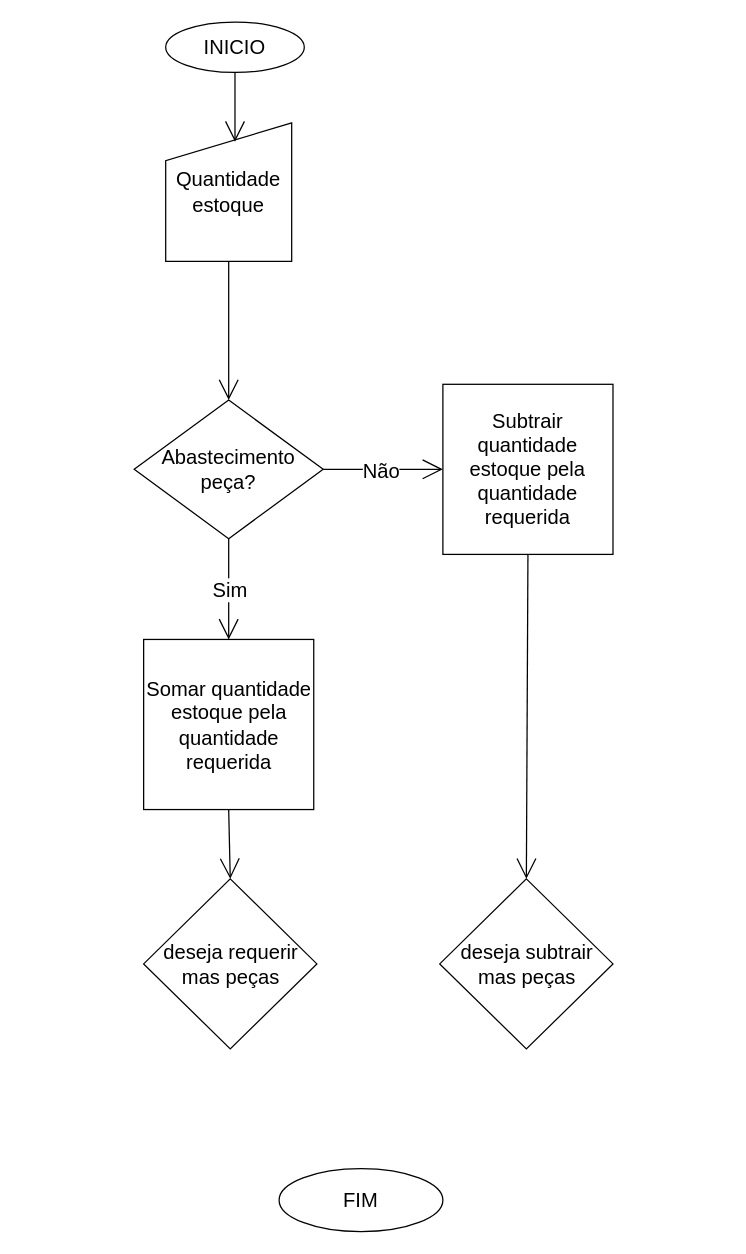
This is Diagrama sem nome.drawio from silvatavares/senai_versoes_git, a draw.io file, before an edit. Source tidied: cells renumbered, new cells numbered last; positions are measured from the earlier drawing's top-left corner, leaving out a move shared by most shapes. Both pictures are drawn from the tidied source at 126%, with x=0, y=0 at pixel (134, 21).
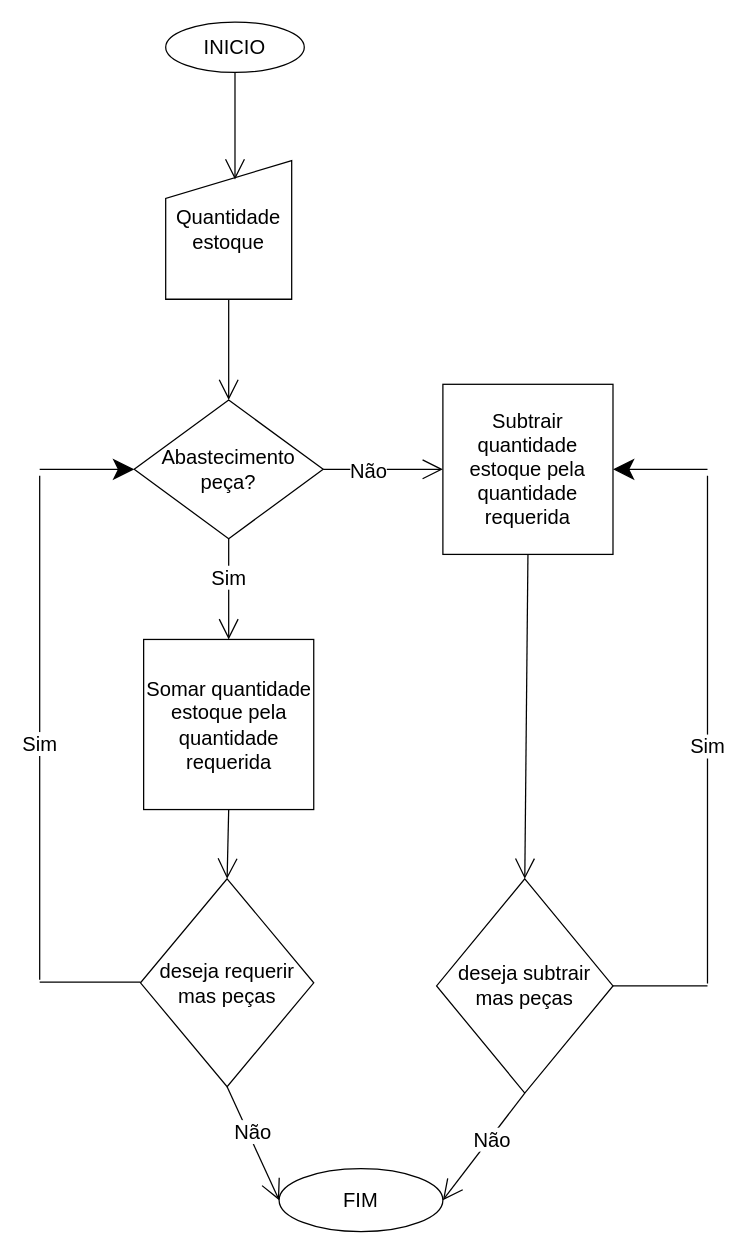
Above is the later version.

Commit message:
Fluxograma de controle de peças.drawio

The change refers to these unchanged cells:
```xml
<mxCell id="3" value="FIM" style="ellipse;whiteSpace=wrap;html=1;fontSize=16;" parent="1" vertex="1">
  <mxGeometry x="115" y="910" width="130" height="50" as="geometry" />
</mxCell>
<mxCell id="6" style="edgeStyle=none;curved=1;rounded=0;jettySize=auto;html=1;exitX=0.5;exitY=1;exitDx=0;exitDy=0;entryX=0.5;entryY=0;entryDx=0;entryDy=0;fontSize=12;endArrow=open;startSize=14;endSize=14;sourcePerimeterSpacing=8;targetPerimeterSpacing=8;" parent="1" edge="1" source="8" target="15">
  <mxGeometry relative="1" as="geometry" />
</mxCell>
<mxCell id="8" value="Abastecimento peça?" style="rhombus;whiteSpace=wrap;html=1;fontSize=16;" parent="1" vertex="1">
  <mxGeometry y="300" width="150" height="110" as="geometry" />
</mxCell>
<mxCell id="10" value="Subtrair quantidade estoque pela quantidade requerida" style="whiteSpace=wrap;html=1;fontSize=16;" parent="1" vertex="1">
  <mxGeometry x="245" y="287.5" width="135" height="135" as="geometry" />
</mxCell>
<mxCell id="11" style="edgeStyle=none;jettySize=auto;html=1;rounded=0;fontSize=12;endArrow=open;startSize=14;endSize=14;sourcePerimeterSpacing=8;targetPerimeterSpacing=8;curved=1;exitX=1;exitY=0.5;exitDx=0;exitDy=0;entryX=0;entryY=0.5;entryDx=0;entryDy=0;" parent="1" edge="1" source="8" target="10">
  <mxGeometry relative="1" as="geometry" />
</mxCell>
```

The edit, as a diff of the source:
```diff
@@
     <mxCell id="4" value="Quantidade estoque" style="shape=manualInput;whiteSpace=wrap;html=1;fontSize=16;" parent="1" vertex="1">
-      <mxGeometry x="25" y="80" width="100" height="110" as="geometry" />
+      <mxGeometry x="25" y="110" width="100" height="110" as="geometry" />
     </mxCell>
@@
     <mxCell id="7" value="Sim" style="edgeLabel;html=1;align=center;verticalAlign=middle;fontSize=16;" parent="6" vertex="1">
       <mxGeometry x="0.68" y="-1" relative="1" as="geometry">
-        <mxPoint x="1" y="-27" as="offset" />
+        <mxPoint y="-37" as="offset" />
       </mxGeometry>
     </mxCell>
@@
     <mxCell id="12" value="Não" style="edgeLabel;html=1;align=center;verticalAlign=middle;fontSize=16;" parent="11" vertex="1">
       <mxGeometry x="0.35" y="-1" relative="1" as="geometry">
-        <mxPoint x="-19" y="-1" as="offset" />
+        <mxPoint x="-29" y="-1" as="offset" />
       </mxGeometry>
     </mxCell>
@@
+    <mxCell id="18" style="edgeStyle=none;curved=1;rounded=0;jettySize=auto;html=1;exitX=0.5;exitY=1;exitDx=0;exitDy=0;entryX=0;entryY=0.5;entryDx=0;entryDy=0;fontSize=12;endArrow=open;startSize=14;endSize=14;sourcePerimeterSpacing=8;targetPerimeterSpacing=8;" parent="1" edge="1" source="16" target="3">
+      <mxGeometry relative="1" as="geometry" />
+    </mxCell>
+    <mxCell id="19" value="Não" style="edgeLabel;html=1;align=center;verticalAlign=middle;fontSize=16;" parent="18" vertex="1">
+      <mxGeometry x="0.28" relative="1" as="geometry">
+        <mxPoint x="-6" y="-22" as="offset" />
+      </mxGeometry>
+    </mxCell>
     <mxCell id="16" value="deseja requerir mas peças" style="rhombus;whiteSpace=wrap;html=1;fontSize=16;" parent="1" vertex="1">
-      <mxGeometry x="7.5" y="680" width="137.5" height="135" as="geometry" />
+      <mxGeometry x="5" y="680" width="137.5" height="165" as="geometry" />
     </mxCell>
+    <mxCell id="20" style="edgeStyle=none;curved=1;rounded=0;jettySize=auto;html=1;exitX=0.5;exitY=1;exitDx=0;exitDy=0;entryX=1;entryY=0.5;entryDx=0;entryDy=0;fontSize=12;endArrow=open;startSize=14;endSize=14;sourcePerimeterSpacing=8;targetPerimeterSpacing=8;" parent="1" edge="1" source="17" target="3">
+      <mxGeometry relative="1" as="geometry" />
+    </mxCell>
+    <mxCell id="21" value="Não" style="edgeLabel;html=1;align=center;verticalAlign=middle;fontSize=16;" parent="20" vertex="1">
+      <mxGeometry x="-0.22" y="5" relative="1" as="geometry">
+        <mxPoint x="-5" as="offset" />
+      </mxGeometry>
+    </mxCell>
     <mxCell id="17" value="deseja subtrair mas peças" style="rhombus;whiteSpace=wrap;html=1;fontSize=16;" parent="1" vertex="1">
-      <mxGeometry x="242.5" y="680" width="137.5" height="135" as="geometry" />
+      <mxGeometry x="240" y="680" width="140" height="170" as="geometry" />
     </mxCell>
+    <mxCell id="22" style="endArrow=none;html=1;rounded=0;fontSize=12;startSize=14;endSize=14;sourcePerimeterSpacing=8;targetPerimeterSpacing=8;curved=1;entryX=1;entryY=0.5;entryDx=0;entryDy=0;" parent="1" edge="1" target="17">
+      <mxGeometry relative="1" as="geometry">
+        <mxPoint x="455" y="765" as="sourcePoint" />
+      </mxGeometry>
+    </mxCell>
+    <mxCell id="23" style="endArrow=none;html=1;rounded=0;fontSize=12;startSize=14;endSize=14;sourcePerimeterSpacing=8;targetPerimeterSpacing=8;curved=1;" parent="1" edge="1">
+      <mxGeometry relative="1" as="geometry">
+        <mxPoint x="455" y="763" as="sourcePoint" />
+        <mxPoint x="455" y="360" as="targetPoint" />
+      </mxGeometry>
+    </mxCell>
+    <mxCell id="24" value="Sim" style="edgeLabel;html=1;align=center;verticalAlign=middle;fontSize=16;" parent="23" vertex="1">
+      <mxGeometry x="-0.06" y="1" relative="1" as="geometry" />
+    </mxCell>
+    <mxCell id="25" style="endArrow=classic;html=1;rounded=0;fontSize=12;startSize=14;endSize=14;sourcePerimeterSpacing=8;targetPerimeterSpacing=8;curved=1;entryX=1;entryY=0.5;entryDx=0;entryDy=0;" parent="1" edge="1" target="10">
+      <mxGeometry relative="1" as="geometry">
+        <mxPoint x="455" y="355" as="sourcePoint" />
+      </mxGeometry>
+    </mxCell>
+    <mxCell id="26" style="endArrow=none;html=1;rounded=0;fontSize=12;startSize=14;endSize=14;sourcePerimeterSpacing=8;targetPerimeterSpacing=8;curved=1;" parent="1" edge="1">
+      <mxGeometry relative="1" as="geometry">
+        <mxPoint x="-75" y="760" as="sourcePoint" />
+        <mxPoint x="-75" y="360" as="targetPoint" />
+      </mxGeometry>
+    </mxCell>
+    <mxCell id="27" value="Sim" style="edgeLabel;html=1;align=center;verticalAlign=middle;fontSize=16;" parent="26" vertex="1">
+      <mxGeometry x="-0.06" y="1" relative="1" as="geometry" />
+    </mxCell>
+    <mxCell id="28" style="endArrow=none;html=1;rounded=0;fontSize=12;startSize=14;endSize=14;sourcePerimeterSpacing=8;targetPerimeterSpacing=8;curved=1;" parent="1" edge="1">
+      <mxGeometry relative="1" as="geometry">
+        <mxPoint x="5" y="762" as="sourcePoint" />
+        <mxPoint x="-75" y="762" as="targetPoint" />
+      </mxGeometry>
+    </mxCell>
+    <mxCell id="29" style="endArrow=classic;html=1;rounded=0;fontSize=12;startSize=14;endSize=14;sourcePerimeterSpacing=8;targetPerimeterSpacing=8;curved=1;entryX=0;entryY=0.5;entryDx=0;entryDy=0;" parent="1" edge="1" target="8">
+      <mxGeometry relative="1" as="geometry">
+        <mxPoint x="-75" y="355" as="sourcePoint" />
+      </mxGeometry>
+    </mxCell>
```
